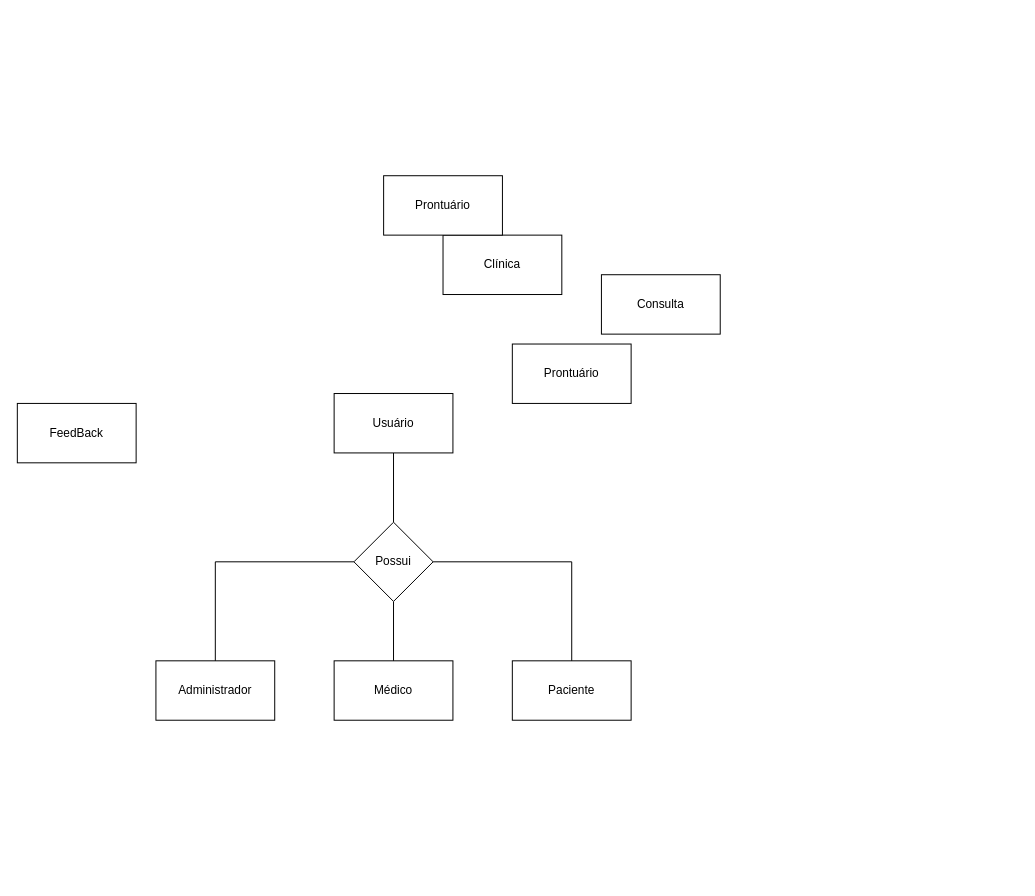
Earlier version of the draw.io diagram Projeto_Health_Clinic.drawio (wolf-muuh/projetoHealthClinic). Source tidied: cells renumbered, new cells numbered last; positions are measured from the earlier drawing's top-left corner, leaving out a move shared by most shapes. Both pictures are drawn from the tidied source at 99%, with x=0, y=0 at pixel (17, 175).
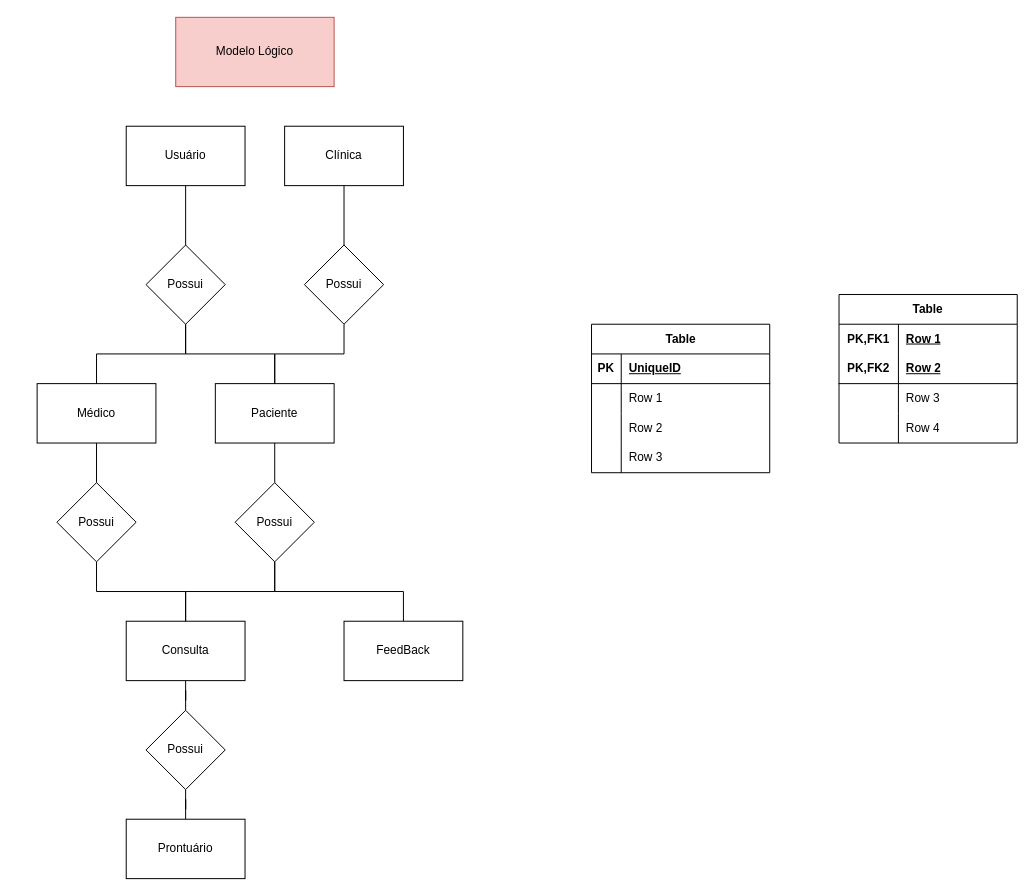
After the change.

Diff of the diagram source:
```diff
@@
     <mxCell id="3" value="Usuário" style="rounded=0;whiteSpace=wrap;html=1;" parent="1" vertex="1">
-      <mxGeometry x="320" y="220" width="120" height="60" as="geometry" />
+      <mxGeometry x="110" y="-50" width="120" height="60" as="geometry" />
     </mxCell>
+    <mxCell id="16" style="edgeStyle=orthogonalEdgeStyle;rounded=0;jettySize=auto;html=1;endArrow=none;endFill=0;" parent="1" edge="1" source="4" target="28">
+      <mxGeometry relative="1" as="geometry" />
+    </mxCell>
     <mxCell id="4" value="Consulta" style="rounded=0;whiteSpace=wrap;html=1;" parent="1" vertex="1">
-      <mxGeometry x="590" y="100" width="120" height="60" as="geometry" />
+      <mxGeometry x="110" y="450" width="120" height="60" as="geometry" />
     </mxCell>
+    <mxCell id="17" style="edgeStyle=orthogonalEdgeStyle;rounded=0;jettySize=auto;html=1;entryX=0.5;entryY=0;entryDx=0;entryDy=0;endArrow=none;endFill=0;" parent="1" edge="1" source="5" target="23">
+      <mxGeometry relative="1" as="geometry" />
+    </mxCell>
     <mxCell id="5" value="Clínica" style="rounded=0;whiteSpace=wrap;html=1;" parent="1" vertex="1">
-      <mxGeometry x="430" y="60" width="120" height="60" as="geometry" />
+      <mxGeometry x="270" y="-50" width="120" height="60" as="geometry" />
     </mxCell>
+    <mxCell id="18" style="edgeStyle=orthogonalEdgeStyle;rounded=0;jettySize=auto;html=1;entryX=0.5;entryY=1;entryDx=0;entryDy=0;endArrow=none;endFill=0;" parent="1" edge="1" source="6" target="28">
+      <mxGeometry relative="1" as="geometry" />
+    </mxCell>
     <mxCell id="6" value="Prontuário" style="rounded=0;whiteSpace=wrap;html=1;" parent="1" vertex="1">
-      <mxGeometry x="370" width="120" height="60" as="geometry" />
+      <mxGeometry x="110" y="650" width="120" height="60" as="geometry" />
     </mxCell>
+    <mxCell id="19" style="edgeStyle=orthogonalEdgeStyle;rounded=0;jettySize=auto;html=1;entryX=0.5;entryY=0;entryDx=0;entryDy=0;endArrow=none;endFill=0;" parent="1" edge="1" source="7" target="27">
+      <mxGeometry relative="1" as="geometry" />
+    </mxCell>
     <mxCell id="7" value="Médico" style="rounded=0;whiteSpace=wrap;html=1;" parent="1" vertex="1">
-      <mxGeometry x="320" y="490" width="120" height="60" as="geometry" />
+      <mxGeometry x="20" y="210" width="120" height="60" as="geometry" />
     </mxCell>
-    <mxCell id="8" value="Administrador" style="rounded=0;whiteSpace=wrap;html=1;" parent="1" vertex="1">
-      <mxGeometry x="140" y="490" width="120" height="60" as="geometry" />
-    </mxCell>
+    <mxCell id="20" style="edgeStyle=orthogonalEdgeStyle;rounded=0;jettySize=auto;html=1;entryX=0.5;entryY=0;entryDx=0;entryDy=0;endArrow=none;endFill=0;" parent="1" edge="1" source="9" target="25">
+      <mxGeometry relative="1" as="geometry" />
+    </mxCell>
     <mxCell id="9" value="Paciente" style="rounded=0;whiteSpace=wrap;html=1;" parent="1" vertex="1">
-      <mxGeometry x="500" y="490" width="120" height="60" as="geometry" />
+      <mxGeometry x="200" y="210" width="120" height="60" as="geometry" />
     </mxCell>
-    <mxCell id="10" value="Prontuário" style="rounded=0;whiteSpace=wrap;html=1;" parent="1" vertex="1">
-      <mxGeometry x="500" y="170" width="120" height="60" as="geometry" />
-    </mxCell>
-    <mxCell id="11" style="edgeStyle=orthogonalEdgeStyle;rounded=0;jettySize=auto;html=1;entryX=0.5;entryY=0;entryDx=0;entryDy=0;endArrow=none;endFill=0;" parent="1" edge="1" source="14" target="8">
-      <mxGeometry relative="1" as="geometry" />
-    </mxCell>
@@
     <mxCell id="14" value="Possui" style="rhombus;whiteSpace=wrap;html=1;" parent="1" vertex="1">
-      <mxGeometry x="340" y="350" width="80" height="80" as="geometry" />
+      <mxGeometry x="130" y="70" width="80" height="80" as="geometry" />
     </mxCell>
+    <mxCell id="21" style="edgeStyle=orthogonalEdgeStyle;rounded=0;jettySize=auto;html=1;entryX=0.5;entryY=1;entryDx=0;entryDy=0;endArrow=none;endFill=0;" parent="1" edge="1" source="15" target="25">
+      <mxGeometry relative="1" as="geometry">
+        <Array as="points">
+          <mxPoint x="390" y="420" />
+          <mxPoint x="260" y="420" />
+        </Array>
+      </mxGeometry>
+    </mxCell>
     <mxCell id="15" value="FeedBack" style="rounded=0;whiteSpace=wrap;html=1;" parent="1" vertex="1">
-      <mxGeometry y="230" width="120" height="60" as="geometry" />
+      <mxGeometry x="330" y="450" width="120" height="60" as="geometry" />
     </mxCell>
+    <mxCell id="22" style="edgeStyle=orthogonalEdgeStyle;rounded=0;jettySize=auto;html=1;entryX=0.5;entryY=0;entryDx=0;entryDy=0;endArrow=none;endFill=0;" parent="1" edge="1" source="23" target="9">
+      <mxGeometry relative="1" as="geometry">
+        <Array as="points">
+          <mxPoint x="330" y="180" />
+          <mxPoint x="260" y="180" />
+        </Array>
+      </mxGeometry>
+    </mxCell>
+    <mxCell id="23" value="Possui" style="rhombus;whiteSpace=wrap;html=1;" parent="1" vertex="1">
+      <mxGeometry x="290" y="70" width="80" height="80" as="geometry" />
+    </mxCell>
+    <mxCell id="24" style="edgeStyle=orthogonalEdgeStyle;rounded=0;jettySize=auto;html=1;entryX=0.5;entryY=0;entryDx=0;entryDy=0;endArrow=none;endFill=0;" parent="1" edge="1" source="25" target="4">
+      <mxGeometry relative="1" as="geometry" />
+    </mxCell>
+    <mxCell id="25" value="Possui" style="rhombus;whiteSpace=wrap;html=1;" parent="1" vertex="1">
+      <mxGeometry x="220" y="310" width="80" height="80" as="geometry" />
+    </mxCell>
+    <mxCell id="26" style="edgeStyle=orthogonalEdgeStyle;rounded=0;jettySize=auto;html=1;entryX=0.5;entryY=0;entryDx=0;entryDy=0;endArrow=none;endFill=0;" parent="1" edge="1" source="27" target="4">
+      <mxGeometry relative="1" as="geometry" />
+    </mxCell>
+    <mxCell id="27" value="Possui" style="rhombus;whiteSpace=wrap;html=1;" parent="1" vertex="1">
+      <mxGeometry x="40" y="310" width="80" height="80" as="geometry" />
+    </mxCell>
+    <mxCell id="28" value="Possui" style="rhombus;whiteSpace=wrap;html=1;" parent="1" vertex="1">
+      <mxGeometry x="130" y="540" width="80" height="80" as="geometry" />
+    </mxCell>
+    <mxCell id="29" value="Modelo Lógico" style="rounded=0;whiteSpace=wrap;html=1;fillColor=#f8cecc;strokeColor=#b85450;" parent="1" vertex="1">
+      <mxGeometry x="160" y="-160" width="160" height="70" as="geometry" />
+    </mxCell>
+    <mxCell id="30" value="Table" style="shape=table;startSize=30;childLayout=tableLayout;rowLines=0;fontStyle=1;align=center;html=1;" parent="1" vertex="1">
+      <mxGeometry x="580" y="150" width="180" height="150" as="geometry" />
+    </mxCell>
+    <mxCell id="31" style="shape=tableRow;horizontal=0;startSize=0;swimlaneHead=0;swimlaneBody=0;fillColor=none;top=0;left=0;right=0;bottom=1;" parent="30" vertex="1">
+      <mxGeometry y="30" width="180" height="30" as="geometry" />
+    </mxCell>
+    <mxCell id="32" value="PK" style="shape=partialRectangle;fillColor=none;top=0;left=0;bottom=0;right=0;fontStyle=1;overflow=hidden;whiteSpace=wrap;html=1;" parent="31" vertex="1">
+      <mxGeometry width="30" height="30" as="geometry" />
+    </mxCell>
+    <mxCell id="33" value="UniqueID" style="shape=partialRectangle;fillColor=none;top=0;left=0;bottom=0;right=0;align=left;spacingLeft=6;fontStyle=5;overflow=hidden;whiteSpace=wrap;html=1;" parent="31" vertex="1">
+      <mxGeometry x="30" width="150" height="30" as="geometry" />
+    </mxCell>
+    <mxCell id="34" style="shape=tableRow;horizontal=0;startSize=0;swimlaneHead=0;swimlaneBody=0;fillColor=none;top=0;left=0;right=0;bottom=0;" parent="30" vertex="1">
+      <mxGeometry y="60" width="180" height="30" as="geometry" />
+    </mxCell>
+    <mxCell id="35" style="shape=partialRectangle;fillColor=none;top=0;left=0;bottom=0;right=0;overflow=hidden;whiteSpace=wrap;html=1;" parent="34" vertex="1">
+      <mxGeometry width="30" height="30" as="geometry" />
+    </mxCell>
+    <mxCell id="36" value="Row 1" style="shape=partialRectangle;fillColor=none;top=0;left=0;bottom=0;right=0;align=left;spacingLeft=6;overflow=hidden;whiteSpace=wrap;html=1;" parent="34" vertex="1">
+      <mxGeometry x="30" width="150" height="30" as="geometry" />
+    </mxCell>
+    <mxCell id="37" style="shape=tableRow;horizontal=0;startSize=0;swimlaneHead=0;swimlaneBody=0;fillColor=none;top=0;left=0;right=0;bottom=0;" parent="30" vertex="1">
+      <mxGeometry y="90" width="180" height="30" as="geometry" />
+    </mxCell>
+    <mxCell id="38" style="shape=partialRectangle;fillColor=none;top=0;left=0;bottom=0;right=0;overflow=hidden;whiteSpace=wrap;html=1;" parent="37" vertex="1">
+      <mxGeometry width="30" height="30" as="geometry" />
+    </mxCell>
+    <mxCell id="39" value="Row 2" style="shape=partialRectangle;fillColor=none;top=0;left=0;bottom=0;right=0;align=left;spacingLeft=6;overflow=hidden;whiteSpace=wrap;html=1;" parent="37" vertex="1">
+      <mxGeometry x="30" width="150" height="30" as="geometry" />
+    </mxCell>
+    <mxCell id="40" style="shape=tableRow;horizontal=0;startSize=0;swimlaneHead=0;swimlaneBody=0;fillColor=none;top=0;left=0;right=0;bottom=0;" parent="30" vertex="1">
+      <mxGeometry y="120" width="180" height="30" as="geometry" />
+    </mxCell>
+    <mxCell id="41" style="shape=partialRectangle;fillColor=none;top=0;left=0;bottom=0;right=0;overflow=hidden;whiteSpace=wrap;html=1;" parent="40" vertex="1">
+      <mxGeometry width="30" height="30" as="geometry" />
+    </mxCell>
+    <mxCell id="42" value="Row 3" style="shape=partialRectangle;fillColor=none;top=0;left=0;bottom=0;right=0;align=left;spacingLeft=6;overflow=hidden;whiteSpace=wrap;html=1;" parent="40" vertex="1">
+      <mxGeometry x="30" width="150" height="30" as="geometry" />
+    </mxCell>
+    <mxCell id="43" value="Table" style="shape=table;startSize=30;childLayout=tableLayout;rowLines=0;fontStyle=1;align=center;html=1;whiteSpace=wrap;" parent="1" vertex="1">
+      <mxGeometry x="830" y="120" width="180" height="150" as="geometry" />
+    </mxCell>
+    <mxCell id="44" style="shape=tableRow;horizontal=0;startSize=0;swimlaneHead=0;swimlaneBody=0;fillColor=none;top=0;left=0;right=0;bottom=0;html=1;" parent="43" vertex="1">
+      <mxGeometry y="30" width="180" height="30" as="geometry" />
+    </mxCell>
+    <mxCell id="45" value="PK,FK1" style="shape=partialRectangle;fillColor=none;top=0;left=0;bottom=0;right=0;fontStyle=1;overflow=hidden;html=1;whiteSpace=wrap;" parent="44" vertex="1">
+      <mxGeometry width="60" height="30" as="geometry" />
+    </mxCell>
+    <mxCell id="46" value="Row 1" style="shape=partialRectangle;fillColor=none;top=0;left=0;bottom=0;right=0;align=left;spacingLeft=6;fontStyle=5;overflow=hidden;html=1;whiteSpace=wrap;" parent="44" vertex="1">
+      <mxGeometry x="60" width="120" height="30" as="geometry" />
+    </mxCell>
+    <mxCell id="47" style="shape=tableRow;horizontal=0;startSize=0;swimlaneHead=0;swimlaneBody=0;fillColor=none;top=0;left=0;right=0;bottom=1;html=1;" parent="43" vertex="1">
+      <mxGeometry y="60" width="180" height="30" as="geometry" />
+    </mxCell>
+    <mxCell id="48" value="PK,FK2" style="shape=partialRectangle;fillColor=none;top=0;left=0;bottom=0;right=0;fontStyle=1;overflow=hidden;html=1;whiteSpace=wrap;" parent="47" vertex="1">
+      <mxGeometry width="60" height="30" as="geometry" />
+    </mxCell>
+    <mxCell id="49" value="Row 2" style="shape=partialRectangle;fillColor=none;top=0;left=0;bottom=0;right=0;align=left;spacingLeft=6;fontStyle=5;overflow=hidden;html=1;whiteSpace=wrap;" parent="47" vertex="1">
+      <mxGeometry x="60" width="120" height="30" as="geometry" />
+    </mxCell>
+    <mxCell id="50" style="shape=tableRow;horizontal=0;startSize=0;swimlaneHead=0;swimlaneBody=0;fillColor=none;top=0;left=0;right=0;bottom=0;html=1;" parent="43" vertex="1">
+      <mxGeometry y="90" width="180" height="30" as="geometry" />
+    </mxCell>
+    <mxCell id="51" style="shape=partialRectangle;fillColor=none;top=0;left=0;bottom=0;right=0;overflow=hidden;html=1;whiteSpace=wrap;" parent="50" vertex="1">
+      <mxGeometry width="60" height="30" as="geometry" />
+    </mxCell>
+    <mxCell id="52" value="Row 3" style="shape=partialRectangle;fillColor=none;top=0;left=0;bottom=0;right=0;align=left;spacingLeft=6;overflow=hidden;html=1;whiteSpace=wrap;" parent="50" vertex="1">
+      <mxGeometry x="60" width="120" height="30" as="geometry" />
+    </mxCell>
+    <mxCell id="53" style="shape=tableRow;horizontal=0;startSize=0;swimlaneHead=0;swimlaneBody=0;fillColor=none;top=0;left=0;right=0;bottom=0;html=1;" parent="43" vertex="1">
+      <mxGeometry y="120" width="180" height="30" as="geometry" />
+    </mxCell>
+    <mxCell id="54" style="shape=partialRectangle;fillColor=none;top=0;left=0;bottom=0;right=0;overflow=hidden;html=1;whiteSpace=wrap;" parent="53" vertex="1">
+      <mxGeometry width="60" height="30" as="geometry" />
+    </mxCell>
+    <mxCell id="55" value="Row 4" style="shape=partialRectangle;fillColor=none;top=0;left=0;bottom=0;right=0;align=left;spacingLeft=6;overflow=hidden;html=1;whiteSpace=wrap;" parent="53" vertex="1">
+      <mxGeometry x="60" width="120" height="30" as="geometry" />
+    </mxCell>
```
